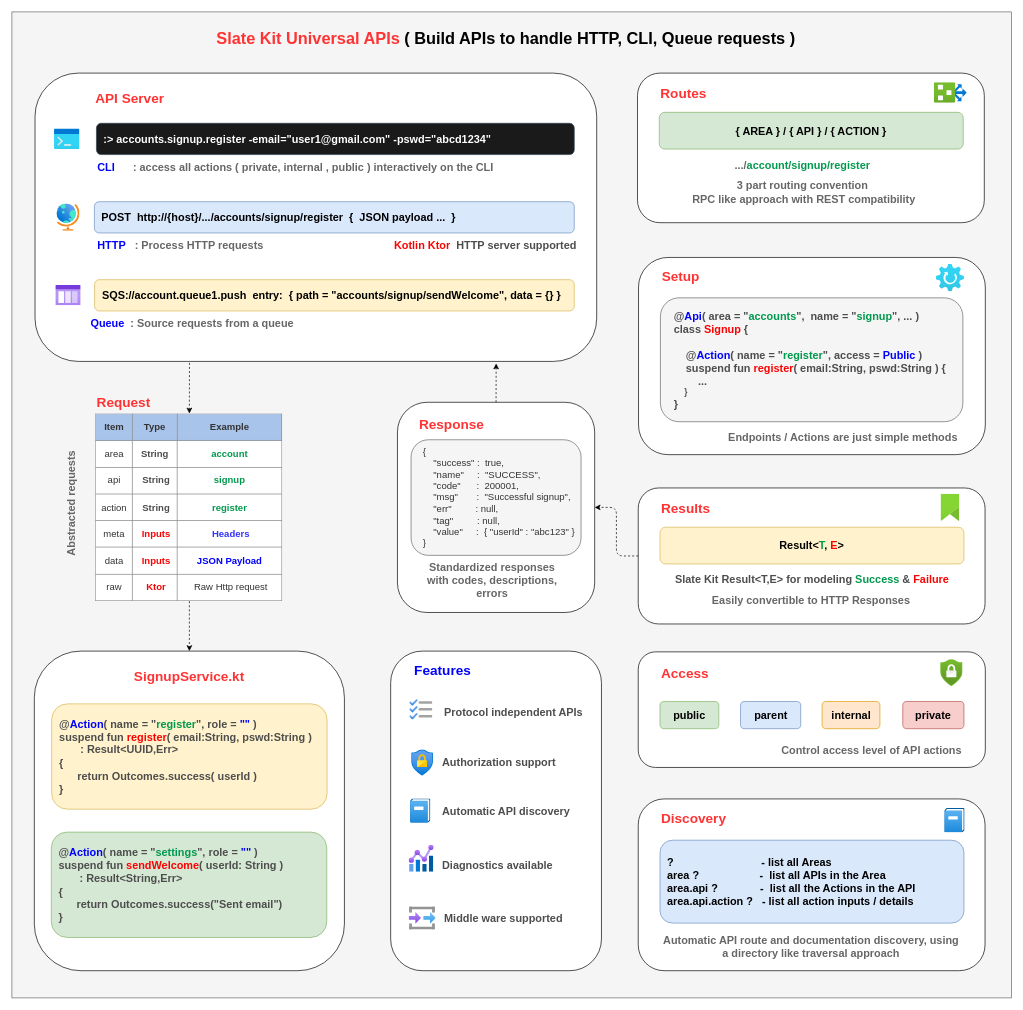
slatekit/kiit keeps this draw.io diagram as doc/diagrams/slatekit-apis.drawio. Above is the earlier version. Source tidied: cells renumbered, new cells numbered last; positions are measured from the earlier drawing's top-left corner, leaving out a move shared by most shapes. Both pictures are drawn from the tidied source at 68%, with x=0, y=0 at pixel (12, 12).
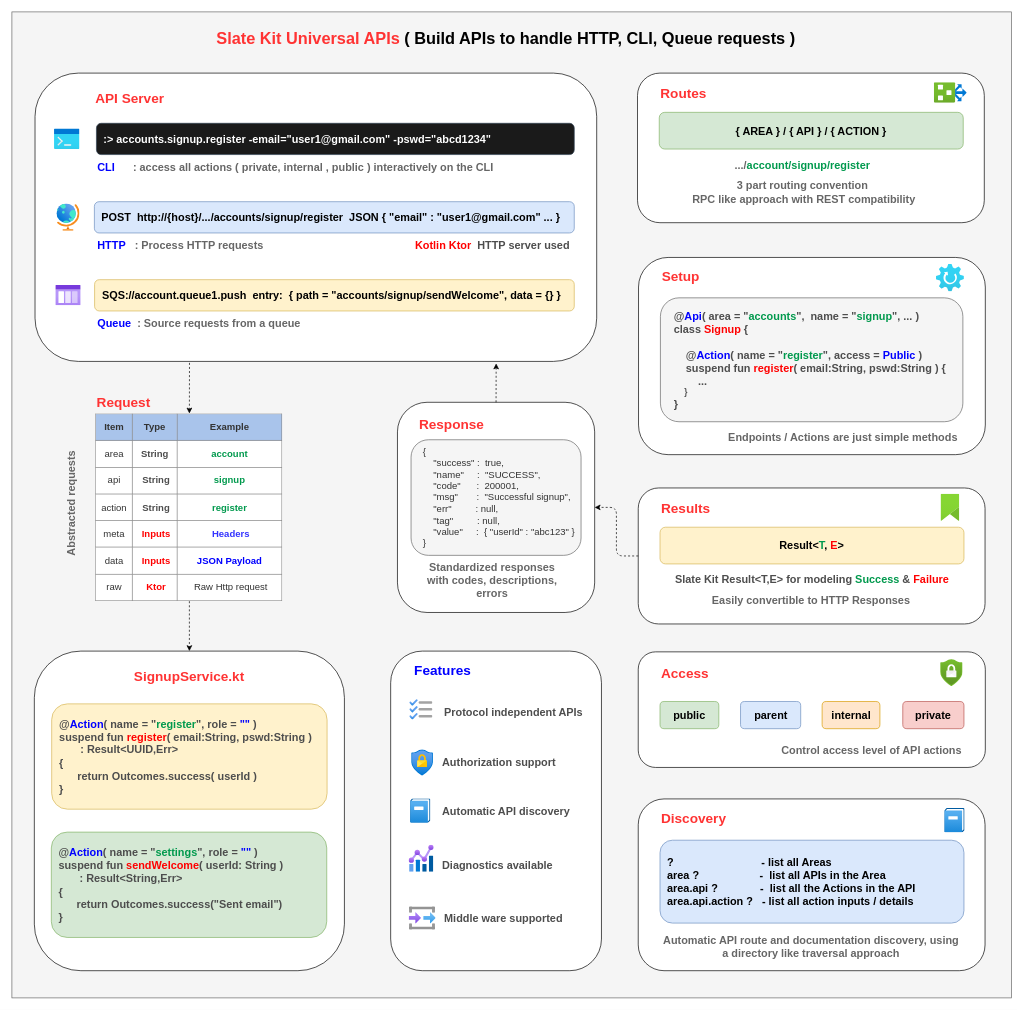
The same diagram, later.

The edit, as a diff of the source:
```diff
@@
-    <mxCell id="47" value="&lt;b&gt;&lt;font style=&quot;font-size: 16px&quot;&gt;&amp;nbsp; POST&amp;nbsp; http://{host}/.../accounts/signup/register&amp;nbsp; {&amp;nbsp; JSON payload ...&amp;nbsp; }&amp;nbsp;&lt;/font&gt;&lt;/b&gt;" style="rounded=1;whiteSpace=wrap;html=1;strokeColor=#6c8ebf;fillColor=#dae8fc;align=left;" parent="1" vertex="1">
+    <mxCell id="47" value="&lt;b&gt;&lt;font style=&quot;font-size: 16px&quot;&gt;&amp;nbsp; POST&amp;nbsp; http://{host}/.../accounts/signup/register&amp;nbsp; JSON { &quot;email&quot; : &quot;user1@gmail.com&quot; ... }&amp;nbsp;&lt;/font&gt;&lt;/b&gt;" style="rounded=1;whiteSpace=wrap;html=1;strokeColor=#6c8ebf;fillColor=#dae8fc;align=left;" parent="1" vertex="1">
       <mxGeometry x="121.3" y="279.1" width="705.7" height="46" as="geometry" />
     </mxCell>
@@
     <mxCell id="51" value="&lt;div&gt;&lt;b style=&quot;font-size: 16px&quot;&gt;&lt;font color=&quot;#0000ff&quot;&gt;Queue&lt;/font&gt;&amp;nbsp; : Source requests from a queue&amp;nbsp;&lt;/b&gt;&lt;/div&gt;" style="text;html=1;strokeColor=none;fillColor=none;align=left;verticalAlign=middle;whiteSpace=wrap;rounded=0;fontColor=#666666;" parent="1" vertex="1">
-      <mxGeometry x="114" y="439.8" width="340" height="36" as="geometry" />
+      <mxGeometry x="124.3" y="439.8" width="340" height="36" as="geometry" />
     </mxCell>
@@
-    <mxCell id="67" value="&lt;div&gt;&lt;span style=&quot;font-size: 16px&quot;&gt;&lt;b&gt;&lt;font color=&quot;#ff0000&quot;&gt;Kotlin Ktor&amp;nbsp;&lt;/font&gt;&lt;font color=&quot;#0000ff&quot;&gt;&amp;nbsp;&lt;/font&gt;&lt;font color=&quot;#4d4d4d&quot;&gt;HTTP server supported&amp;nbsp;&lt;/font&gt;&lt;/b&gt;&lt;/span&gt;&lt;/div&gt;" style="text;html=1;strokeColor=none;fillColor=none;align=right;verticalAlign=middle;whiteSpace=wrap;rounded=0;fontColor=#666666;" parent="1" vertex="1">
-      <mxGeometry x="477" y="325.2" width="360" height="36" as="geometry" />
+    <mxCell id="67" value="&lt;div&gt;&lt;span style=&quot;font-size: 16px&quot;&gt;&lt;b&gt;&lt;font color=&quot;#ff0000&quot;&gt;Kotlin Ktor&amp;nbsp;&lt;/font&gt;&lt;font color=&quot;#0000ff&quot;&gt;&amp;nbsp;&lt;/font&gt;&lt;font color=&quot;#4d4d4d&quot;&gt;HTTP server used&amp;nbsp;&lt;/font&gt;&lt;/b&gt;&lt;/span&gt;&lt;/div&gt;" style="text;html=1;strokeColor=none;fillColor=none;align=right;verticalAlign=middle;whiteSpace=wrap;rounded=0;fontColor=#666666;" parent="1" vertex="1">
+      <mxGeometry x="467" y="325.2" width="360" height="36" as="geometry" />
     </mxCell>
```
